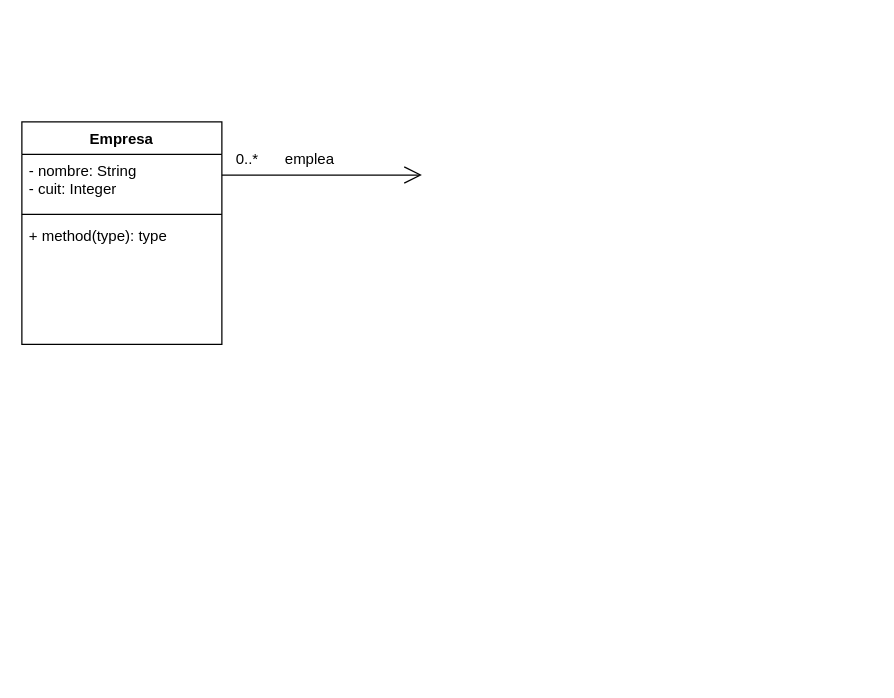
The draw.io diagram Ejercicio 1 - TP 02 - Obj2-UNQ.drawio in nhubczyk/Obj2-TP-02-UNQ, before the edit. Source tidied: cells renumbered, new cells numbered last; positions are measured from the earlier drawing's top-left corner, leaving out a move shared by most shapes. Both pictures are drawn from the tidied source at 125%, with x=0, y=0 at pixel (21, 121).
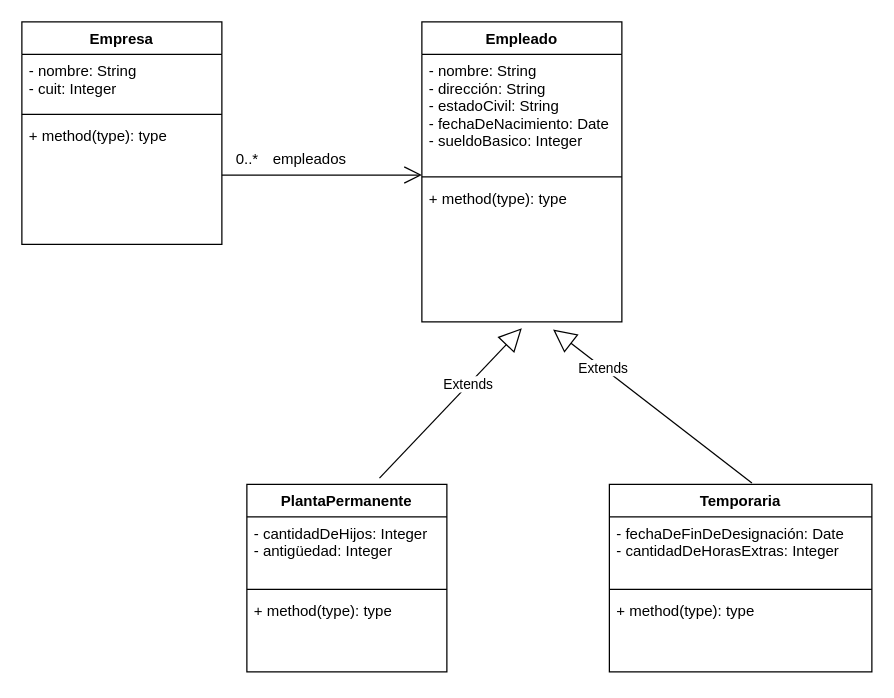
The same diagram, later.

Change to the diagram source:
```diff
@@
     <mxCell id="2" value="Empresa" style="swimlane;fontStyle=1;align=center;verticalAlign=top;horizontal=1;startSize=26;" parent="1" vertex="1">
-      <mxGeometry width="160" height="178" as="geometry" />
+      <mxGeometry y="-80" width="160" height="178" as="geometry" />
     </mxCell>
@@
-    <mxCell id="7" value="emplea" style="text;html=1;align=center;verticalAlign=middle;strokeColor=none;fillColor=none;" parent="1" vertex="1">
-      <mxGeometry x="200" y="15" width="60" height="30" as="geometry" />
+    <mxCell id="7" value="empleados" style="text;html=1;align=center;verticalAlign=middle;strokeColor=none;fillColor=none;" parent="1" vertex="1">
+      <mxGeometry x="190" y="15" width="80" height="30" as="geometry" />
     </mxCell>
@@
+    <mxCell id="9" value="Empleado" style="swimlane;fontStyle=1;align=center;verticalAlign=top;horizontal=1;startSize=26;" parent="1" vertex="1">
+      <mxGeometry x="320" y="-80" width="160" height="240" as="geometry" />
+    </mxCell>
+    <mxCell id="10" value="- nombre: String&#10;- dirección: String&#10;- estadoCivil: String&#10;- fechaDeNacimiento: Date&#10;- sueldoBasico: Integer" style="text;strokeColor=none;fillColor=none;align=left;verticalAlign=top;spacingLeft=4;spacingRight=4;overflow=hidden;" parent="9" vertex="1">
+      <mxGeometry y="26" width="160" height="94" as="geometry" />
+    </mxCell>
+    <mxCell id="11" style="line;strokeWidth=1;fillColor=none;align=left;verticalAlign=middle;spacingTop=-1;spacingLeft=3;spacingRight=3;labelPosition=right;" parent="9" vertex="1">
+      <mxGeometry y="120" width="160" height="8" as="geometry" />
+    </mxCell>
+    <mxCell id="12" value="+ method(type): type" style="text;strokeColor=none;fillColor=none;align=left;verticalAlign=top;spacingLeft=4;spacingRight=4;overflow=hidden;points=[[0,0.5],[1,0.5]];portConstraint=eastwest;" parent="9" vertex="1">
+      <mxGeometry y="128" width="160" height="112" as="geometry" />
+    </mxCell>
+    <mxCell id="13" value="PlantaPermanente" style="swimlane;fontStyle=1;align=center;verticalAlign=top;horizontal=1;startSize=26;" parent="1" vertex="1">
+      <mxGeometry x="180" y="290" width="160" height="150" as="geometry" />
+    </mxCell>
+    <mxCell id="14" value="- cantidadDeHijos: Integer&#10;- antigüedad: Integer&#10;" style="text;strokeColor=none;fillColor=none;align=left;verticalAlign=top;spacingLeft=4;spacingRight=4;overflow=hidden;" parent="13" vertex="1">
+      <mxGeometry y="26" width="160" height="54" as="geometry" />
+    </mxCell>
+    <mxCell id="15" style="line;strokeWidth=1;fillColor=none;align=left;verticalAlign=middle;spacingTop=-1;spacingLeft=3;spacingRight=3;labelPosition=right;" parent="13" vertex="1">
+      <mxGeometry y="80" width="160" height="8" as="geometry" />
+    </mxCell>
+    <mxCell id="16" value="+ method(type): type" style="text;strokeColor=none;fillColor=none;align=left;verticalAlign=top;spacingLeft=4;spacingRight=4;overflow=hidden;" parent="13" vertex="1">
+      <mxGeometry y="88" width="160" height="62" as="geometry" />
+    </mxCell>
+    <mxCell id="17" value="Temporaria" style="swimlane;fontStyle=1;align=center;verticalAlign=top;horizontal=1;startSize=26;" parent="1" vertex="1">
+      <mxGeometry x="470" y="290" width="210" height="150" as="geometry" />
+    </mxCell>
+    <mxCell id="18" value="- fechaDeFinDeDesignación: Date&#10;- cantidadDeHorasExtras: Integer&#10;&#10;" style="text;strokeColor=none;fillColor=none;align=left;verticalAlign=top;spacingLeft=4;spacingRight=4;overflow=hidden;" parent="17" vertex="1">
+      <mxGeometry y="26" width="210" height="54" as="geometry" />
+    </mxCell>
+    <mxCell id="19" style="line;strokeWidth=1;fillColor=none;align=left;verticalAlign=middle;spacingTop=-1;spacingLeft=3;spacingRight=3;labelPosition=right;" parent="17" vertex="1">
+      <mxGeometry y="80" width="210" height="8" as="geometry" />
+    </mxCell>
+    <mxCell id="20" value="+ method(type): type" style="text;strokeColor=none;fillColor=none;align=left;verticalAlign=top;spacingLeft=4;spacingRight=4;overflow=hidden;" parent="17" vertex="1">
+      <mxGeometry y="88" width="210" height="62" as="geometry" />
+    </mxCell>
+    <mxCell id="21" value="Extends" style="endArrow=block;endSize=16;endFill=0;html=1;rounded=0;entryX=0.5;entryY=1.045;entryDx=0;entryDy=0;entryPerimeter=0;exitX=0.663;exitY=-0.033;exitDx=0;exitDy=0;exitPerimeter=0;" parent="1" edge="1" source="13" target="12">
+      <mxGeometry x="0.25" relative="1" as="geometry" />
+    </mxCell>
+    <mxCell id="22" value="Extends" style="endArrow=block;endSize=16;endFill=0;html=1;rounded=0;entryX=0.656;entryY=1.054;entryDx=0;entryDy=0;entryPerimeter=0;exitX=0.543;exitY=-0.007;exitDx=0;exitDy=0;exitPerimeter=0;" parent="1" edge="1" source="17" target="12">
+      <mxGeometry x="0.5" relative="1" as="geometry" />
+    </mxCell>
```
